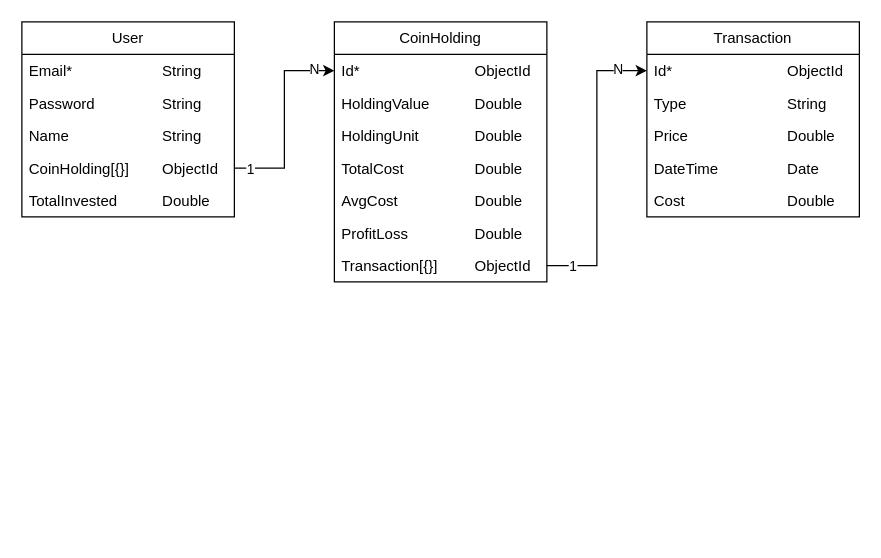
Before: page "database" (1 of 5) of system_design/Portfolio_Management_Tracker_Charts.drawio in khanhnq1406/Investment_Portfolio_Tracker, a draw.io diagram. Source tidied: cells renumbered, new cells numbered last; positions are measured from the earlier drawing's top-left corner, leaving out a move shared by most shapes. Both pictures are drawn from the tidied source at 125%, with x=0, y=0 at pixel (21, 21).
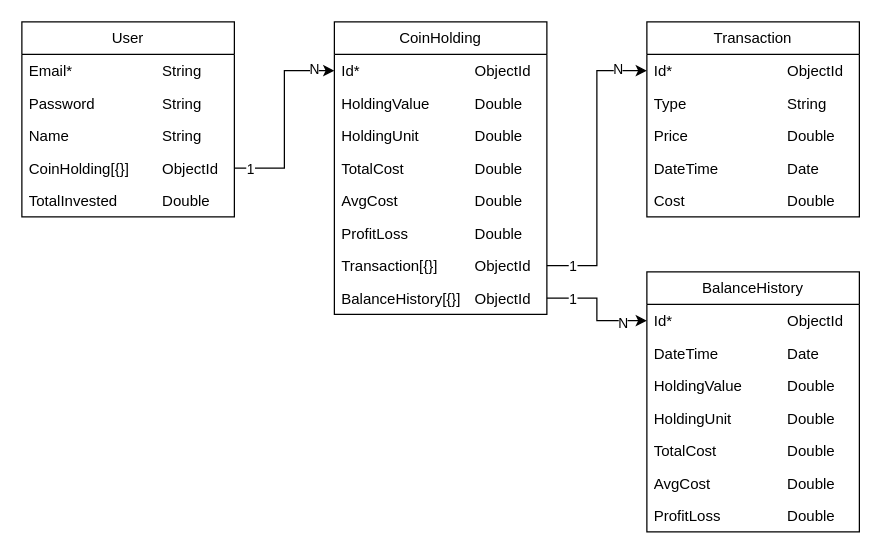
The same page after the edit.

What changed in the source:
```diff
@@
     <mxCell id="8" value="CoinHolding" style="swimlane;fontStyle=0;horizontal=1;startSize=26;fillColor=none;whiteSpace=wrap;html=1;" parent="1" vertex="1">
-      <mxGeometry x="250" width="170" height="208" as="geometry" />
+      <mxGeometry x="250" width="170" height="234" as="geometry" />
     </mxCell>
@@
+    <mxCell id="28" value="BalanceHistory[{}]&lt;span style=&quot;white-space: pre;&quot;&gt;&#9;&lt;/span&gt;ObjectId" style="text;strokeColor=none;fillColor=none;align=left;verticalAlign=top;spacingLeft=4;spacingRight=4;overflow=hidden;points=[[0,0.5],[1,0.5]];portConstraint=eastwest;whiteSpace=wrap;html=1;" parent="8" vertex="1">
+      <mxGeometry y="208" width="170" height="26" as="geometry" />
+    </mxCell>
@@
+    <mxCell id="29" value="BalanceHistory" style="swimlane;fontStyle=0;horizontal=1;startSize=26;fillColor=none;whiteSpace=wrap;html=1;" parent="1" vertex="1">
+      <mxGeometry x="500" y="200" width="170" height="208" as="geometry" />
+    </mxCell>
+    <mxCell id="30" value="Id*&lt;span style=&quot;white-space: pre;&quot;&gt;&#9;&lt;/span&gt;&lt;span style=&quot;white-space: pre;&quot;&gt;&#9;&lt;/span&gt;&lt;span style=&quot;white-space: pre;&quot;&gt;&#9;&lt;span style=&quot;white-space: pre;&quot;&gt;&#9;&lt;/span&gt;ObjectId&lt;/span&gt;" style="text;strokeColor=none;fillColor=none;align=left;verticalAlign=top;spacingLeft=4;spacingRight=4;overflow=hidden;points=[[0,0.5],[1,0.5]];portConstraint=eastwest;whiteSpace=wrap;html=1;" parent="29" vertex="1">
+      <mxGeometry y="26" width="170" height="26" as="geometry" />
+    </mxCell>
+    <mxCell id="31" value="DateTime&lt;span style=&quot;white-space: pre;&quot;&gt;&#9;&lt;/span&gt;&lt;span style=&quot;white-space: pre;&quot;&gt;&#9;&lt;/span&gt;&lt;span style=&quot;white-space: pre;&quot;&gt;&#9;&lt;/span&gt;Date" style="text;strokeColor=none;fillColor=none;align=left;verticalAlign=top;spacingLeft=4;spacingRight=4;overflow=hidden;whiteSpace=wrap;html=1;" parent="29" vertex="1">
+      <mxGeometry y="52" width="170" height="26" as="geometry" />
+    </mxCell>
+    <mxCell id="32" value="HoldingValue&lt;span style=&quot;white-space: pre;&quot;&gt;&#9;&lt;/span&gt;&lt;span style=&quot;white-space: pre;&quot;&gt;&#9;&lt;/span&gt;Double" style="text;strokeColor=none;fillColor=none;align=left;verticalAlign=top;spacingLeft=4;spacingRight=4;overflow=hidden;whiteSpace=wrap;html=1;" parent="29" vertex="1">
+      <mxGeometry y="78" width="170" height="26" as="geometry" />
+    </mxCell>
+    <mxCell id="33" value="HoldingUnit&lt;span style=&quot;white-space: pre;&quot;&gt;&#9;&lt;/span&gt;&lt;span style=&quot;white-space: pre;&quot;&gt;&#9;&lt;/span&gt;Double" style="text;strokeColor=none;fillColor=none;align=left;verticalAlign=top;spacingLeft=4;spacingRight=4;overflow=hidden;whiteSpace=wrap;html=1;" parent="29" vertex="1">
+      <mxGeometry y="104" width="170" height="26" as="geometry" />
+    </mxCell>
+    <mxCell id="34" value="TotalCost&lt;span style=&quot;white-space: pre;&quot;&gt;&#9;&lt;/span&gt;&lt;span style=&quot;white-space: pre;&quot;&gt;&#9;&lt;/span&gt;&lt;span style=&quot;white-space: pre;&quot;&gt;&#9;&lt;/span&gt;Double" style="text;strokeColor=none;fillColor=none;align=left;verticalAlign=top;spacingLeft=4;spacingRight=4;overflow=hidden;whiteSpace=wrap;html=1;" parent="29" vertex="1">
+      <mxGeometry y="130" width="170" height="26" as="geometry" />
+    </mxCell>
+    <mxCell id="35" value="AvgCost&lt;span style=&quot;white-space: pre;&quot;&gt;&#9;&lt;/span&gt;&lt;span style=&quot;white-space: pre;&quot;&gt;&#9;&lt;/span&gt;&lt;span style=&quot;white-space: pre;&quot;&gt;&#9;&lt;/span&gt;Double" style="text;strokeColor=none;fillColor=none;align=left;verticalAlign=top;spacingLeft=4;spacingRight=4;overflow=hidden;whiteSpace=wrap;html=1;" parent="29" vertex="1">
+      <mxGeometry y="156" width="170" height="26" as="geometry" />
+    </mxCell>
+    <mxCell id="36" value="ProfitLoss&lt;span style=&quot;white-space: pre;&quot;&gt;&#9;&lt;/span&gt;&lt;span style=&quot;white-space: pre;&quot;&gt;&#9;&lt;/span&gt;Double" style="text;strokeColor=none;fillColor=none;align=left;verticalAlign=top;spacingLeft=4;spacingRight=4;overflow=hidden;whiteSpace=wrap;html=1;" parent="29" vertex="1">
+      <mxGeometry y="182" width="170" height="26" as="geometry" />
+    </mxCell>
+    <mxCell id="37" style="edgeStyle=orthogonalEdgeStyle;rounded=0;jettySize=auto;html=1;exitX=1;exitY=0.5;exitDx=0;exitDy=0;entryX=0;entryY=0.5;entryDx=0;entryDy=0;" parent="1" edge="1" source="28" target="30">
+      <mxGeometry relative="1" as="geometry" />
+    </mxCell>
+    <mxCell id="38" value="1" style="edgeLabel;html=1;align=center;verticalAlign=middle;" parent="37" vertex="1">
+      <mxGeometry x="-0.54" relative="1" as="geometry">
+        <mxPoint x="-3" as="offset" />
+      </mxGeometry>
+    </mxCell>
+    <mxCell id="39" value="N" style="edgeLabel;html=1;align=center;verticalAlign=middle;" parent="37" vertex="1">
+      <mxGeometry x="0.42" y="5" relative="1" as="geometry">
+        <mxPoint x="8" y="6" as="offset" />
+      </mxGeometry>
+    </mxCell>
```
